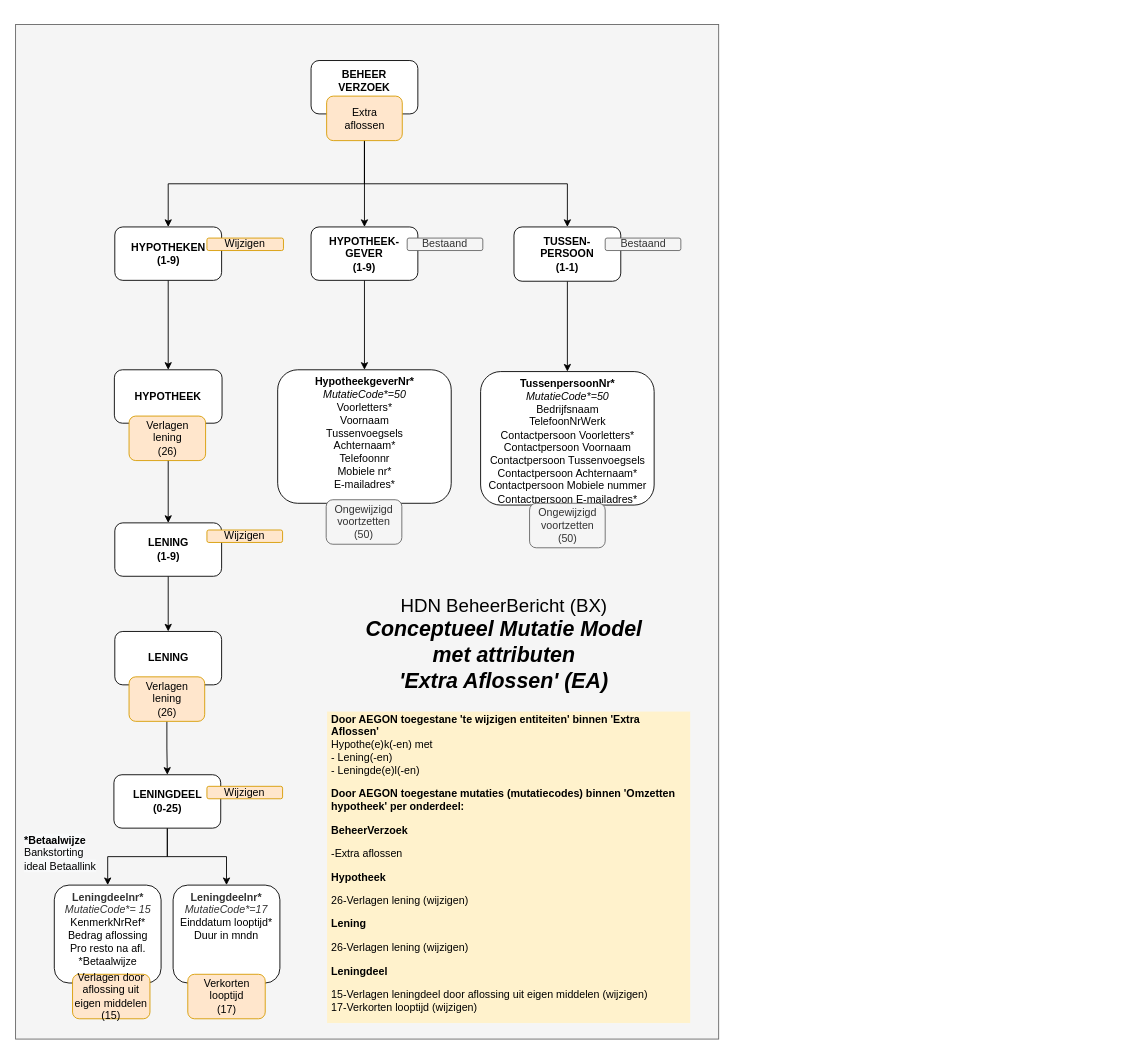
Earlier version of the draw.io diagram page "MutatieModel EA met attributen" (4 of 5) of HDN_BX_MM_ExtraAflossing.drawio (luchthandel/diagrams). Source tidied: cells renumbered, new cells numbered last; positions are measured from the earlier drawing's top-left corner, leaving out a move shared by most shapes. Both pictures are drawn from the tidied source at 89%, with x=0, y=0 at pixel (15, 24).
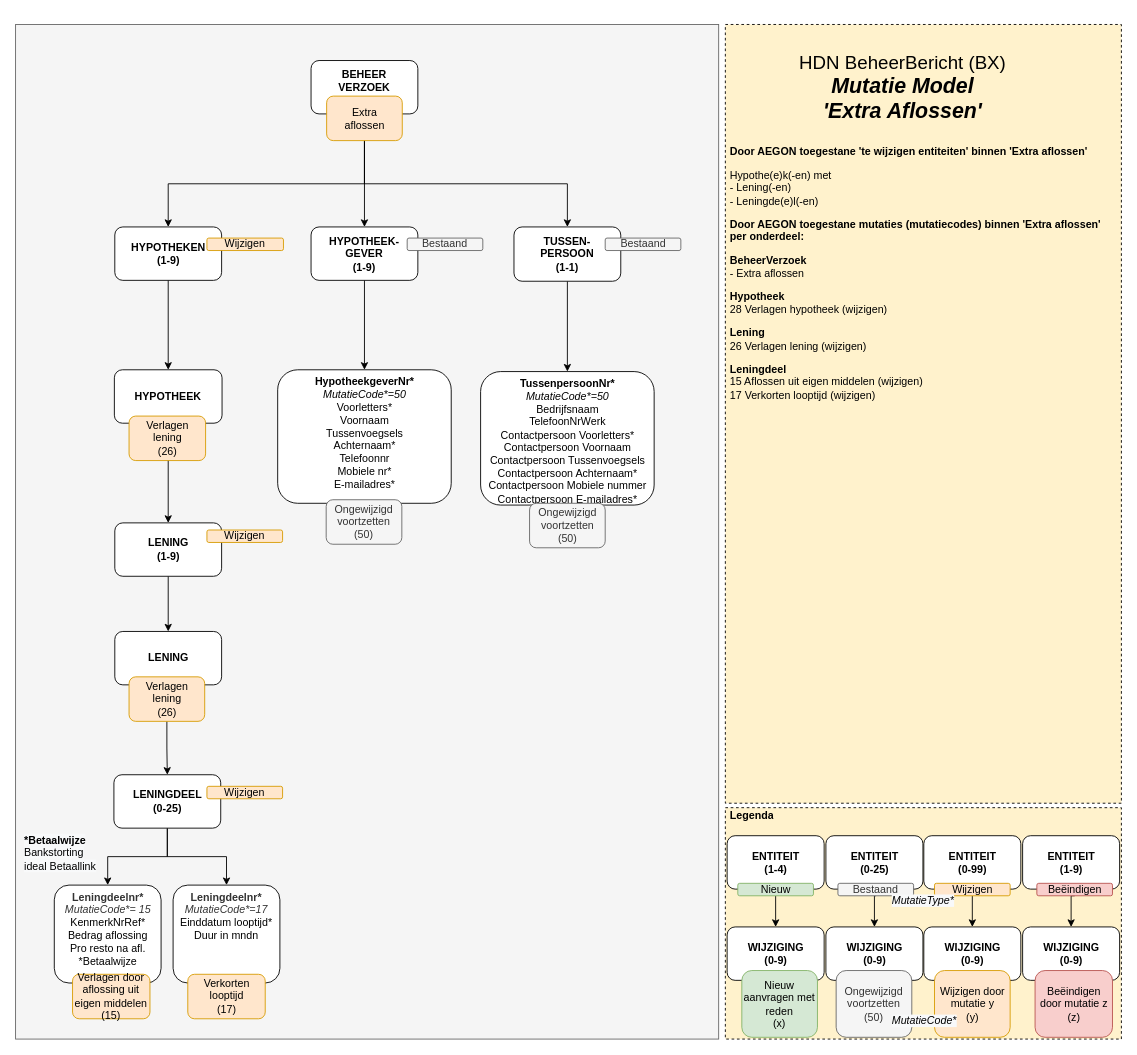
The same diagram, later.

Diff of the diagram source:
```diff
@@
-    <mxCell id="7" value="&lt;p&gt;&lt;b&gt;Door AEGON toegestane 'te wijzigen entiteiten' binnen 'Extra Aflossen'&lt;/b&gt;&lt;br&gt;Hypothe(e)k(-en) met&lt;br&gt;- Lening(-en)&lt;br&gt;- Leningde(e)l(-en)&lt;b&gt;&lt;br&gt;&lt;/b&gt;&lt;/p&gt;&lt;p&gt;&lt;b&gt;Door AEGON toegestane mutaties (mutatiecodes) binnen 'Omzetten hypotheek' per onderdeel:&lt;/b&gt;&lt;br&gt;&lt;/p&gt;&lt;p&gt;&lt;b&gt;BeheerVerzoek&lt;/b&gt;&lt;br&gt;&lt;/p&gt;&lt;p&gt;-Extra aflossen&lt;/p&gt;&lt;p&gt;&lt;b&gt;Hypotheek&lt;/b&gt;&lt;/p&gt;&lt;p&gt;26-Verlagen lening (wijzigen)&lt;br&gt;&lt;/p&gt;&lt;p&gt;&lt;b&gt;Lening&lt;/b&gt;&lt;br&gt;&lt;/p&gt;&lt;p&gt;26-Verlagen lening (wijzigen)&lt;br&gt;&lt;/p&gt;&lt;p&gt;&lt;b&gt;Leningdeel&lt;/b&gt;&lt;/p&gt;&lt;p&gt;15-Verlagen leningdeel door aflossing uit eigen middelen (wijzigen)&lt;br&gt;17-Verkorten looptijd (wijzigen)&lt;br&gt;&lt;/p&gt;" style="text;html=1;fillColor=#fff2cc;spacing=5;spacingTop=-20;whiteSpace=wrap;overflow=hidden;rounded=0;verticalAlign=top;" parent="1" vertex="1">
-      <mxGeometry x="350" y="772" width="408" height="350" as="geometry" />
-    </mxCell>
@@
+    <mxCell id="42" value="&lt;p&gt;&lt;b&gt;&lt;br class=&quot;Apple-interchange-newline&quot;&gt;&lt;br&gt;&lt;/b&gt;&lt;/p&gt;&lt;p&gt;&lt;b&gt;&lt;br class=&quot;Apple-interchange-newline&quot;&gt;&lt;br&gt;&lt;/b&gt;&lt;/p&gt;&lt;p&gt;&lt;br&gt;&lt;/p&gt;&lt;p&gt;&lt;br&gt;&lt;/p&gt;&lt;p&gt;&lt;b&gt;Door AEGON toegestane 'te wijzigen entiteiten' binnen 'Extra aflossen'&lt;/b&gt;&lt;br&gt;&lt;/p&gt;&lt;p&gt;Hypothe(e)k(-en) met&lt;br&gt;- Lening(-en)&lt;br&gt;- Leningde(e)l(-en)&lt;br&gt;&lt;/p&gt;&lt;p&gt;&lt;b&gt;Door AEGON toegestane mutaties (mutatiecodes) binnen 'Extra aflossen' per onderdeel:&lt;/b&gt;&lt;br&gt;&lt;/p&gt;&lt;p&gt;&lt;b&gt;BeheerVerzoek&lt;/b&gt;&lt;br&gt;- Extra aflossen&lt;/p&gt;&lt;p&gt;&lt;b&gt;Hypotheek&lt;/b&gt;&lt;br&gt;28 Verlagen hypotheek (wijzigen)&lt;br&gt;&lt;/p&gt;&lt;p&gt;&lt;b&gt;Lening&lt;br&gt;&lt;/b&gt;26 Verlagen lening (wijzigen)&lt;/p&gt;&lt;p&gt;&lt;b&gt;Leningdeel&lt;/b&gt;&lt;br&gt;15 Aflossen uit eigen middelen (wijzigen)&lt;br&gt;17 Verkorten looptijd (wijzigen)&lt;/p&gt;&lt;br&gt;&lt;p&gt;&lt;/p&gt;" style="text;html=1;fillColor=#fff2cc;spacing=5;spacingTop=-20;whiteSpace=wrap;overflow=hidden;rounded=0;align=left;fontSize=12;verticalAlign=top;strokeColor=#000000;dashed=1;" parent="1" vertex="1">
+      <mxGeometry x="797.5" width="445" height="875" as="geometry" />
+    </mxCell>
-    <mxCell id="41" value="&lt;font style=&quot;font-size: 21px&quot;&gt;HDN BeheerBericht (BX)&lt;br&gt;&lt;/font&gt;&lt;span style=&quot;font-size: 24px&quot;&gt;&lt;b&gt;&lt;i&gt;Conceptueel Mutatie Model met attributen&lt;br&gt;'Extra Aflossen' (EA)&lt;br&gt;&lt;/i&gt;&lt;/b&gt;&lt;/span&gt;" style="text;html=1;strokeColor=none;fillColor=none;align=center;verticalAlign=middle;whiteSpace=wrap;rounded=0;" parent="1" vertex="1">
-      <mxGeometry x="379.5" y="649" width="338" height="93" as="geometry" />
+    <mxCell id="41" value="&lt;font style=&quot;font-size: 21px&quot;&gt;HDN BeheerBericht (BX)&lt;br&gt;&lt;/font&gt;&lt;span style=&quot;font-size: 24px&quot;&gt;&lt;b&gt;&lt;i&gt;Mutatie Model&lt;br&gt;'Extra Aflossen'&lt;br&gt;&lt;/i&gt;&lt;/b&gt;&lt;/span&gt;" style="text;html=1;strokeColor=none;fillColor=none;align=center;verticalAlign=middle;whiteSpace=wrap;rounded=0;" parent="1" vertex="1">
+      <mxGeometry x="828" y="24" width="338" height="93" as="geometry" />
     </mxCell>
+    <mxCell id="43" value="&lt;p style=&quot;font-size: 12px&quot;&gt;&lt;b&gt;Legenda&lt;/b&gt;&lt;/p&gt;&lt;p&gt;&lt;/p&gt;" style="text;html=1;fillColor=#fff2cc;spacing=5;spacingTop=-20;whiteSpace=wrap;overflow=hidden;rounded=0;align=left;fontSize=12;verticalAlign=top;strokeColor=#000000;dashed=1;" parent="1" vertex="1">
+      <mxGeometry x="797.5" y="880" width="445" height="260" as="geometry" />
+    </mxCell>
+    <mxCell id="44" value="ENTITEIT&lt;br&gt;(1-4)" style="rounded=1;whiteSpace=wrap;html=1;fontStyle=1;" parent="1" vertex="1">
+      <mxGeometry x="799.5" y="911.5" width="109" height="60" as="geometry" />
+    </mxCell>
+    <mxCell id="45" style="edgeStyle=orthogonalEdgeStyle;rounded=0;jettySize=auto;html=1;exitX=0.5;exitY=1;exitDx=0;exitDy=0;entryX=0.5;entryY=0;entryDx=0;entryDy=0;" parent="1" edge="1" source="46" target="50">
+      <mxGeometry relative="1" as="geometry" />
+    </mxCell>
+    <mxCell id="46" value="&lt;span style=&quot;font-weight: 400&quot;&gt;Nieuw&lt;/span&gt;" style="rounded=1;whiteSpace=wrap;html=1;fontStyle=1;fillColor=#d5e8d4;strokeColor=#82b366;" parent="1" vertex="1">
+      <mxGeometry x="811.5" y="965" width="85" height="14" as="geometry" />
+    </mxCell>
+    <mxCell id="47" value="ENTITEIT&lt;br&gt;(0-25)" style="rounded=1;whiteSpace=wrap;html=1;fontStyle=1;" parent="1" vertex="1">
+      <mxGeometry x="910.5" y="911.5" width="109" height="60" as="geometry" />
+    </mxCell>
+    <mxCell id="48" value="ENTITEIT&lt;br&gt;(0-99)" style="rounded=1;whiteSpace=wrap;html=1;fontStyle=1;" parent="1" vertex="1">
+      <mxGeometry x="1020.5" y="911.5" width="109" height="60" as="geometry" />
+    </mxCell>
+    <mxCell id="49" value="ENTITEIT&lt;br&gt;(1-9)" style="rounded=1;whiteSpace=wrap;html=1;fontStyle=1;" parent="1" vertex="1">
+      <mxGeometry x="1131.5" y="911.5" width="109" height="60" as="geometry" />
+    </mxCell>
+    <mxCell id="50" value="WIJZIGING&lt;br&gt;(0-9)" style="rounded=1;whiteSpace=wrap;html=1;fontStyle=1;" parent="1" vertex="1">
+      <mxGeometry x="799.5" y="1014" width="109" height="60" as="geometry" />
+    </mxCell>
+    <mxCell id="51" value="WIJZIGING&lt;br&gt;(0-9)" style="rounded=1;whiteSpace=wrap;html=1;fontStyle=1;" parent="1" vertex="1">
+      <mxGeometry x="910.5" y="1014" width="109" height="60" as="geometry" />
+    </mxCell>
+    <mxCell id="52" value="WIJZIGING&lt;br&gt;(0-9)" style="rounded=1;whiteSpace=wrap;html=1;fontStyle=1;" parent="1" vertex="1">
+      <mxGeometry x="1020.5" y="1014" width="109" height="60" as="geometry" />
+    </mxCell>
+    <mxCell id="53" value="WIJZIGING&lt;br&gt;(0-9)" style="rounded=1;whiteSpace=wrap;html=1;fontStyle=1;" parent="1" vertex="1">
+      <mxGeometry x="1131.5" y="1014" width="109" height="60" as="geometry" />
+    </mxCell>
+    <mxCell id="54" value="&lt;span style=&quot;font-weight: 400&quot;&gt;Ongewijzigd&lt;br&gt;voortzetten&lt;br&gt;(50)&lt;br&gt;&lt;/span&gt;" style="rounded=1;whiteSpace=wrap;html=1;fontStyle=1;fillColor=#f5f5f5;strokeColor=#666666;fontColor=#333333;" parent="1" vertex="1">
+      <mxGeometry x="922" y="1063" width="85" height="75" as="geometry" />
+    </mxCell>
+    <mxCell id="55" value="&lt;span style=&quot;font-weight: 400&quot;&gt;Nieuw aanvragen met reden &lt;br&gt;(x)&lt;br&gt;&lt;/span&gt;" style="rounded=1;whiteSpace=wrap;html=1;fontStyle=1;fillColor=#d5e8d4;strokeColor=#82b366;" parent="1" vertex="1">
+      <mxGeometry x="816" y="1063" width="85" height="75" as="geometry" />
+    </mxCell>
+    <mxCell id="56" value="&lt;span style=&quot;font-weight: 400&quot;&gt;Beëindigen door mutatie z&lt;br&gt;&lt;/span&gt;&lt;span style=&quot;font-weight: 400&quot;&gt;(z)&lt;br&gt;&lt;/span&gt;" style="rounded=1;whiteSpace=wrap;html=1;fontStyle=1;fillColor=#f8cecc;strokeColor=#b85450;" parent="1" vertex="1">
+      <mxGeometry x="1145.5" y="1063" width="87" height="75" as="geometry" />
+    </mxCell>
+    <mxCell id="57" value="&lt;span style=&quot;font-weight: 400&quot;&gt;Wijzigen door mutatie y&lt;br&gt;(y)&lt;br&gt;&lt;/span&gt;" style="rounded=1;whiteSpace=wrap;html=1;fontStyle=1;fillColor=#ffe6cc;strokeColor=#d79b00;" parent="1" vertex="1">
+      <mxGeometry x="1032.5" y="1063" width="85" height="75" as="geometry" />
+    </mxCell>
+    <mxCell id="58" style="edgeStyle=orthogonalEdgeStyle;rounded=0;jettySize=auto;html=1;exitX=0.5;exitY=1;exitDx=0;exitDy=0;entryX=0.5;entryY=0;entryDx=0;entryDy=0;" parent="1" edge="1" source="59" target="51">
+      <mxGeometry relative="1" as="geometry" />
+    </mxCell>
+    <mxCell id="59" value="&lt;span style=&quot;font-weight: 400&quot;&gt;Bestaand&lt;/span&gt;" style="rounded=1;whiteSpace=wrap;html=1;fontStyle=1;fillColor=#f5f5f5;strokeColor=#666666;fontColor=#333333;" parent="1" vertex="1">
+      <mxGeometry x="924" y="965" width="85" height="14" as="geometry" />
+    </mxCell>
+    <mxCell id="60" style="edgeStyle=orthogonalEdgeStyle;rounded=0;jettySize=auto;html=1;exitX=0.5;exitY=1;exitDx=0;exitDy=0;entryX=0.5;entryY=0;entryDx=0;entryDy=0;" parent="1" edge="1" source="61" target="52">
+      <mxGeometry relative="1" as="geometry" />
+    </mxCell>
+    <mxCell id="61" value="&lt;span style=&quot;font-weight: 400&quot;&gt;Wijzigen&lt;/span&gt;" style="rounded=1;whiteSpace=wrap;html=1;fontStyle=1;fillColor=#ffe6cc;strokeColor=#d79b00;" parent="1" vertex="1">
+      <mxGeometry x="1032.5" y="965" width="85" height="14" as="geometry" />
+    </mxCell>
+    <mxCell id="62" style="edgeStyle=orthogonalEdgeStyle;rounded=0;jettySize=auto;html=1;exitX=0.5;exitY=1;exitDx=0;exitDy=0;entryX=0.5;entryY=0;entryDx=0;entryDy=0;" parent="1" edge="1" source="63" target="53">
+      <mxGeometry relative="1" as="geometry" />
+    </mxCell>
+    <mxCell id="63" value="&lt;span style=&quot;font-weight: 400&quot;&gt;Beëindigen&lt;/span&gt;" style="rounded=1;whiteSpace=wrap;html=1;fontStyle=1;fillColor=#f8cecc;strokeColor=#b85450;" parent="1" vertex="1">
+      <mxGeometry x="1147.5" y="965" width="85" height="14" as="geometry" />
+    </mxCell>
+    <mxCell id="64" value="&lt;i style=&quot;color: rgb(0 , 0 , 0) ; font-family: &amp;#34;helvetica&amp;#34; ; font-size: 12px ; font-weight: 400 ; letter-spacing: normal ; text-align: right ; text-indent: 0px ; text-transform: none ; word-spacing: 0px ; background-color: rgb(248 , 249 , 250)&quot;&gt;MutatieType*&lt;br&gt;&lt;/i&gt;" style="text;whiteSpace=wrap;html=1;fontColor=#808080;" parent="1" vertex="1">
+      <mxGeometry x="982.5" y="970.5" width="87" height="28" as="geometry" />
+    </mxCell>
+    <mxCell id="65" value="&lt;i style=&quot;color: rgb(0 , 0 , 0) ; font-family: &amp;#34;helvetica&amp;#34; ; font-size: 12px ; font-weight: 400 ; letter-spacing: normal ; text-align: right ; text-indent: 0px ; text-transform: none ; word-spacing: 0px ; background-color: rgb(248 , 249 , 250)&quot;&gt;MutatieCode*&lt;br&gt;&lt;/i&gt;" style="text;whiteSpace=wrap;html=1;fontColor=#808080;" parent="1" vertex="1">
+      <mxGeometry x="982.5" y="1106" width="87" height="28" as="geometry" />
+    </mxCell>
```
